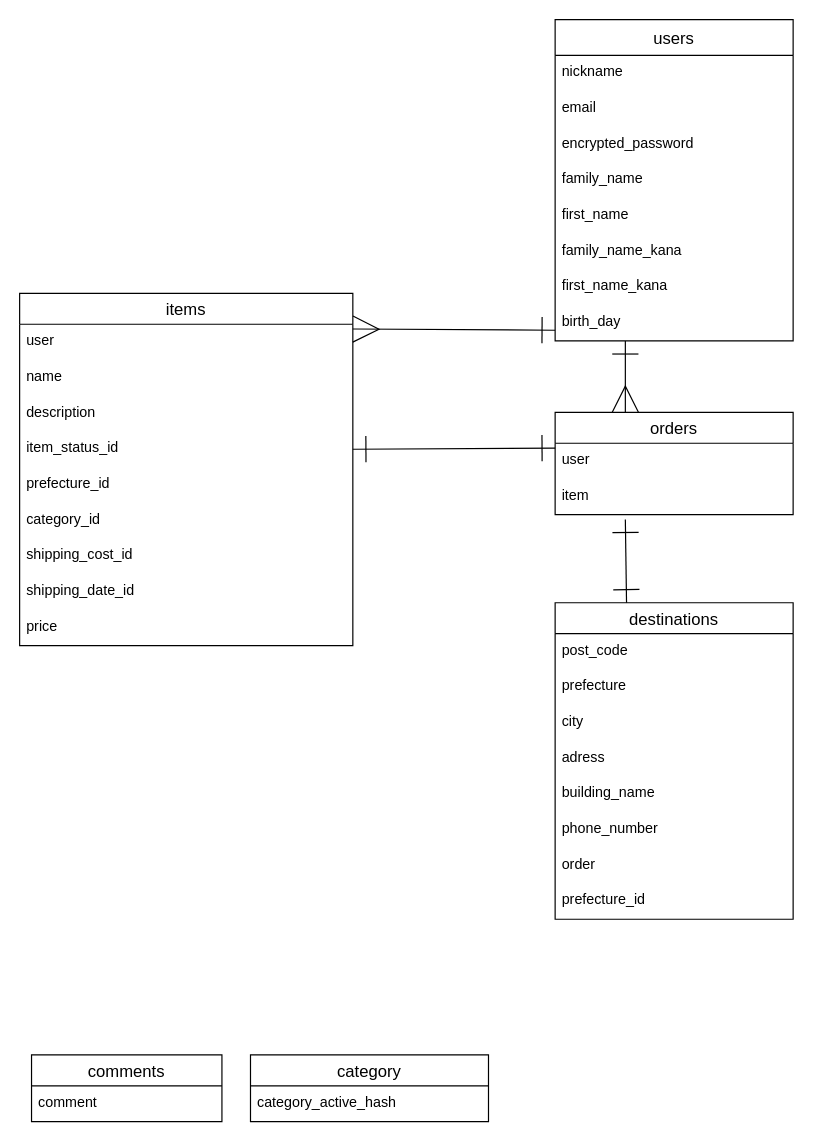
rinoa349/furima-38927 keeps this draw.io diagram as furima.dio. Above is the earlier version. Source tidied: cells renumbered, new cells numbered last; positions are measured from the earlier drawing's top-left corner, leaving out a move shared by most shapes. Both pictures are drawn from the tidied source at 119%, with x=0, y=0 at pixel (19, 19).
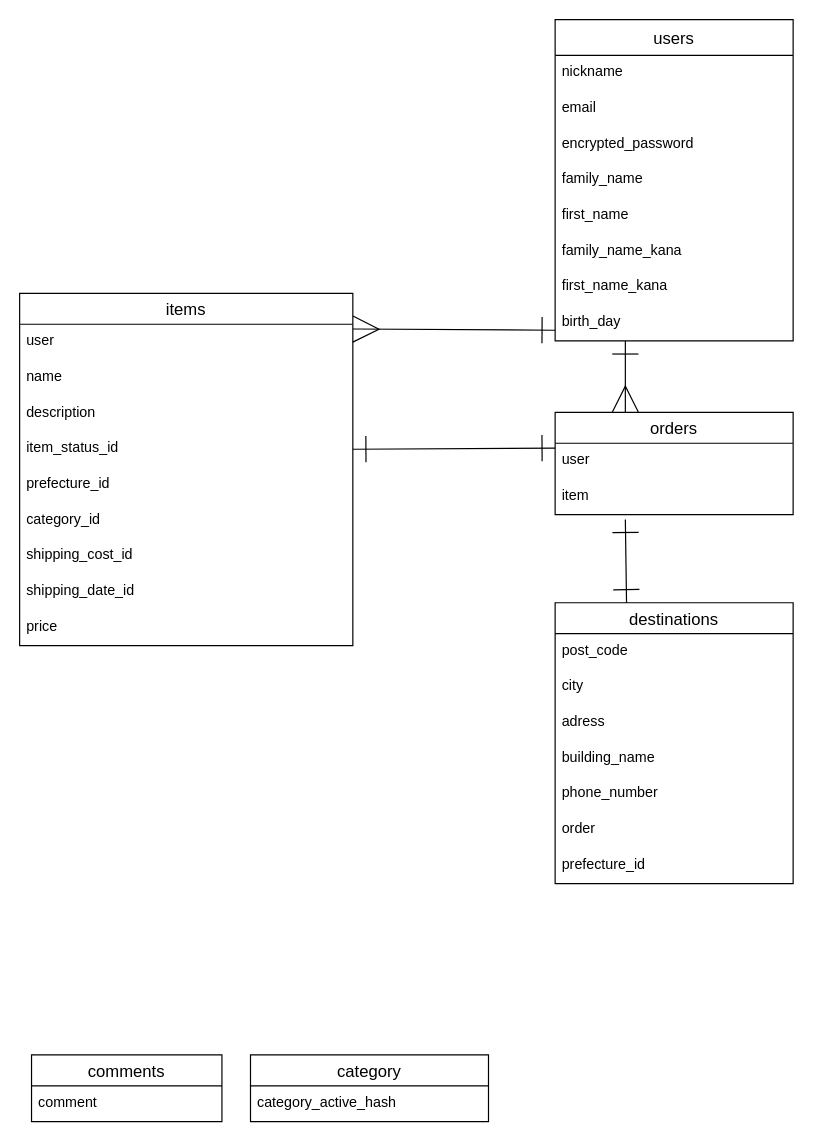
The same page after the edit.

Commit message:
データベース設計修正5

Change to the diagram source:
```diff
@@
     <mxCell id="11" value="destinations" style="swimlane;fontStyle=0;horizontal=1;startSize=26;align=center;fontSize=14;" parent="1" vertex="1">
-      <mxGeometry x="450" y="490" width="200" height="266" as="geometry" />
+      <mxGeometry x="450" y="490" width="200" height="236" as="geometry" />
     </mxCell>
@@
-    <mxCell id="13" value="prefecture" style="text;strokeColor=none;fillColor=none;spacingLeft=4;spacingRight=4;overflow=hidden;fontSize=12;" parent="11" vertex="1">
-      <mxGeometry y="56" width="200" height="30" as="geometry" />
-    </mxCell>
     <mxCell id="14" value="city" style="text;strokeColor=none;fillColor=none;spacingLeft=4;spacingRight=4;overflow=hidden;fontSize=12;" parent="11" vertex="1">
-      <mxGeometry y="86" width="200" height="30" as="geometry" />
+      <mxGeometry y="56" width="200" height="30" as="geometry" />
     </mxCell>
     <mxCell id="15" value="adress" style="text;strokeColor=none;fillColor=none;spacingLeft=4;spacingRight=4;overflow=hidden;fontSize=12;" parent="11" vertex="1">
-      <mxGeometry y="116" width="200" height="30" as="geometry" />
+      <mxGeometry y="86" width="200" height="30" as="geometry" />
     </mxCell>
     <mxCell id="16" value="building_name" style="text;strokeColor=none;fillColor=none;spacingLeft=4;spacingRight=4;overflow=hidden;fontSize=12;" parent="11" vertex="1">
-      <mxGeometry y="146" width="200" height="30" as="geometry" />
+      <mxGeometry y="116" width="200" height="30" as="geometry" />
     </mxCell>
     <mxCell id="17" value="phone_number" style="text;strokeColor=none;fillColor=none;spacingLeft=4;spacingRight=4;overflow=hidden;fontSize=12;" parent="11" vertex="1">
-      <mxGeometry y="176" width="200" height="30" as="geometry" />
+      <mxGeometry y="146" width="200" height="30" as="geometry" />
     </mxCell>
     <mxCell id="18" value="order" style="text;strokeColor=none;fillColor=none;spacingLeft=4;spacingRight=4;overflow=hidden;fontSize=12;" parent="11" vertex="1">
-      <mxGeometry y="206" width="200" height="30" as="geometry" />
+      <mxGeometry y="176" width="200" height="30" as="geometry" />
     </mxCell>
     <mxCell id="19" value="prefecture_id" style="text;strokeColor=none;fillColor=none;spacingLeft=4;spacingRight=4;overflow=hidden;fontSize=12;" parent="11" vertex="1">
-      <mxGeometry y="236" width="200" height="30" as="geometry" />
+      <mxGeometry y="206" width="200" height="30" as="geometry" />
     </mxCell>
```
